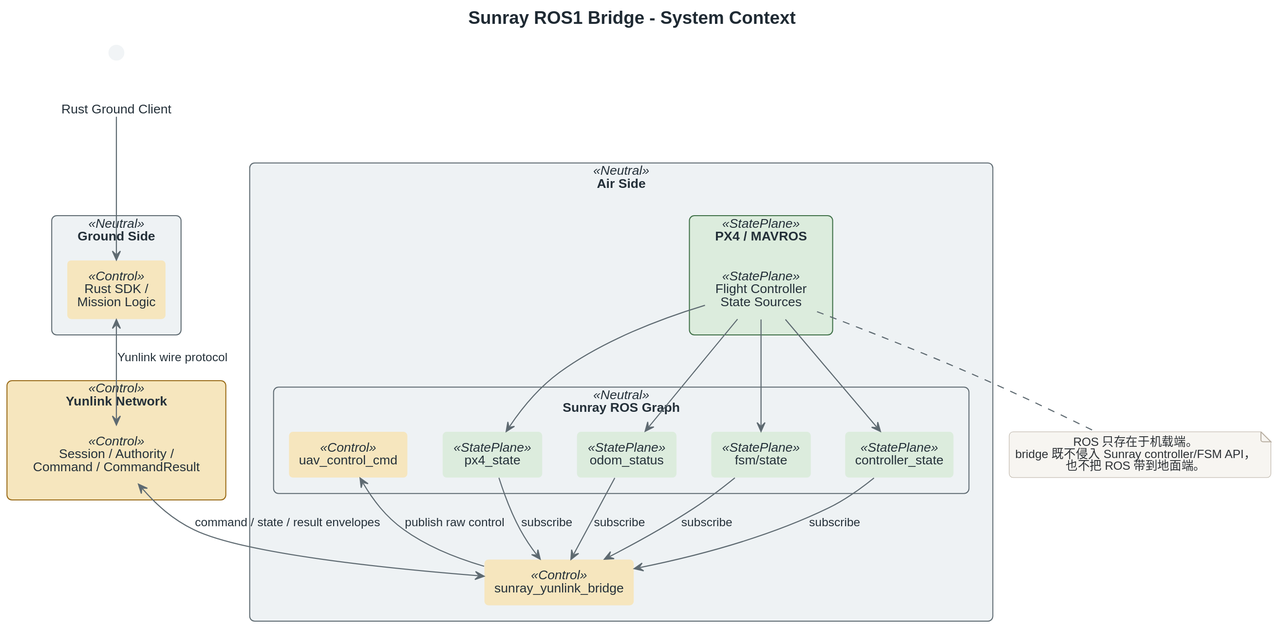
YunDrone-Team/yunlink keeps this PlantUML diagram as docs/diagrams/plantuml/svg/ros_sunray_bridge_system_context.svg. Above is the earlier version.
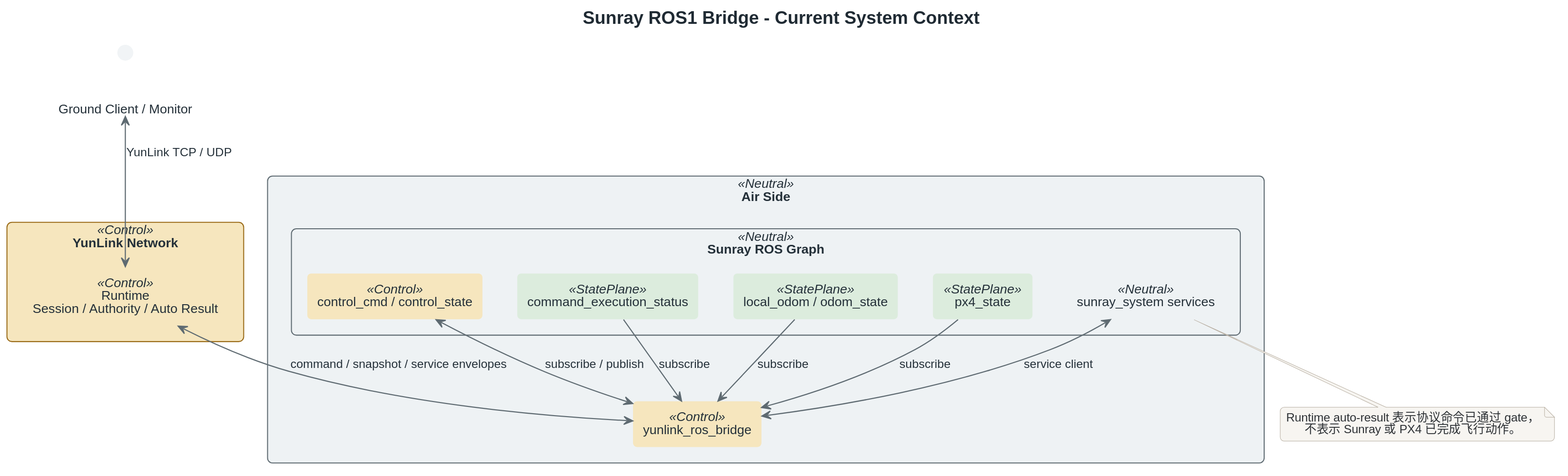
Later version of the same file.

Change to the diagram source:
```diff
@@ -1,52 +1,36 @@
 @startuml
 skinparamlocked backgroundColor white
 !include _yunlink_protocol_theme.iuml
-title Sunray ROS1 Bridge - System Context
+title Sunray ROS1 Bridge - Current System Context
 
-actor "Rust Ground Client" as Ground
+actor "Ground Client / Monitor" as Ground
 
-rectangle "Ground Side" <<Neutral>> {
-  component "Rust SDK /\nMission Logic" as RustSdk <<Control>>
-}
-
-rectangle "Yunlink Network" <<Control>> {
-  component "Session / Authority /\nCommand / CommandResult" as Network <<Control>>
+rectangle "YunLink Network" <<Control>> {
+  component "Runtime\nSession / Authority / Auto Result" as Network <<Control>>
 }
 
 rectangle "Air Side" <<Neutral>> {
-  component "sunray_yunlink_bridge" as Bridge <<Control>>
+  component "yunlink_ros_bridge" as Bridge <<Control>>
 
   package "Sunray ROS Graph" <<Neutral>> {
-    component "px4_state" as Px4Topic <<StatePlane>>
-    component "odom_status" as OdomTopic <<StatePlane>>
-    component "fsm/state" as FsmTopic <<StatePlane>>
-    component "controller_state" as CtrlTopic <<StatePlane>>
-    component "uav_control_cmd" as CmdTopic <<Control>>
-  }
-
-  package "PX4 / MAVROS" <<StatePlane>> {
-    component "Flight Controller\nState Sources" as Px4 <<StatePlane>>
+    component "local_odom / odom_state" as Odom <<StatePlane>>
+    component "px4_state" as Px4State <<StatePlane>>
+    component "control_cmd / control_state" as Control <<Control>>
+    component "command_execution_status" as Execution <<StatePlane>>
+    component "sunray_system services" as Services <<Neutral>>
   }
 }
 
-Ground --> RustSdk
-RustSdk <--> Network : Yunlink wire protocol
-Network <--> Bridge : command / state / result envelopes
-
-Px4 --> Px4Topic
-Px4 --> OdomTopic
-Px4 --> CtrlTopic
-Px4 --> FsmTopic
-
-Bridge --> CmdTopic : publish raw control
-Px4Topic --> Bridge : subscribe
-OdomTopic --> Bridge : subscribe
-FsmTopic --> Bridge : subscribe
-CtrlTopic --> Bridge : subscribe
+Ground <--> Network : YunLink TCP / UDP
+Network <--> Bridge : command / snapshot / service envelopes
+Odom --> Bridge : subscribe
+Px4State --> Bridge : subscribe
+Control <--> Bridge : subscribe / publish
+Execution --> Bridge : subscribe
+Bridge <--> Services : service client
 
 note bottom
-ROS 只存在于机载端。
-bridge 既不侵入 Sunray controller/FSM API，
-也不把 ROS 带到地面端。
+Runtime auto-result 表示协议命令已通过 gate，
+不表示 Sunray 或 PX4 已完成飞行动作。
 end note
 @enduml
```
